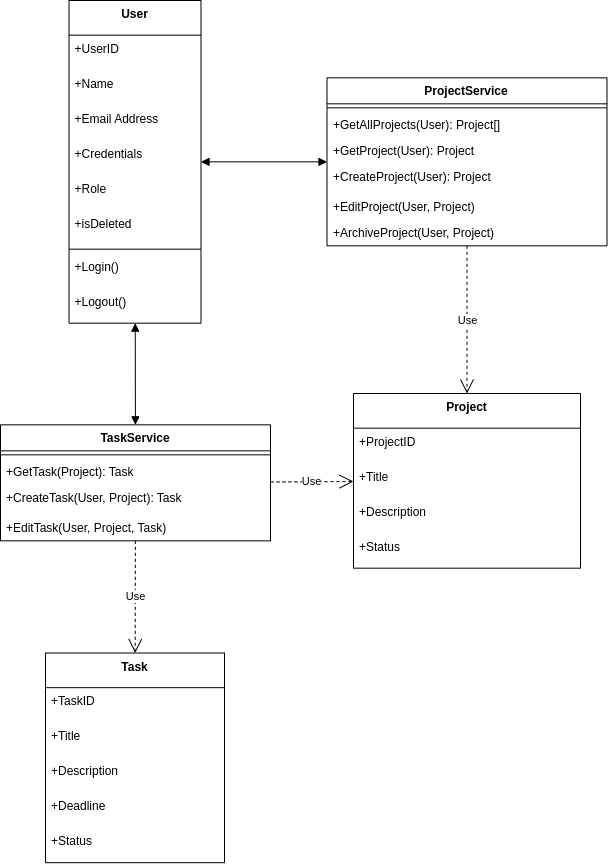
This is UML/Class Diagrams/images/ProjectService Class Diagram.drawio.png from Beginner50/Dissertation, a draw.io export, as it was before one commit. Source tidied: cells renumbered, new cells last; positions are measured from the earlier drawing's top-left corner, leaving out a move shared by most shapes.
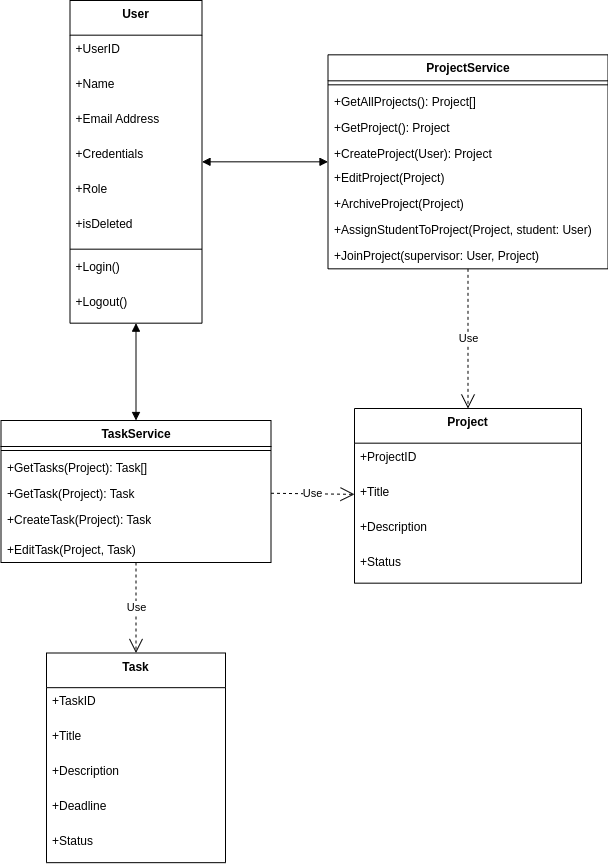
The same diagram one commit later.

The edit, as a diff of the source:
```diff
@@ -3,7 +3,7 @@
     <mxCell id="0" />
     <mxCell id="1" parent="0" />
     <mxCell id="2" value="Project" style="swimlane;fontStyle=1;align=center;verticalAlign=top;horizontal=1;startSize=34.666666666666664;" parent="1" vertex="1">
-      <mxGeometry x="353" y="393" width="227" height="174.7" as="geometry" />
+      <mxGeometry x="353" y="408" width="227" height="174.7" as="geometry" />
     </mxCell>
     <mxCell id="3" value="+ProjectID" style="text;strokeColor=none;fillColor=none;align=left;verticalAlign=top;spacingLeft=4;spacingRight=4;overflow=hidden;" parent="2" vertex="1">
       <mxGeometry y="34.7" width="227" height="35" as="geometry" />
@@ -18,26 +18,32 @@
       <mxGeometry y="139.7" width="227" height="35" as="geometry" />
     </mxCell>
     <mxCell id="7" value="ProjectService" style="swimlane;fontStyle=1;align=center;verticalAlign=top;horizontal=1;startSize=26;whiteSpace=wrap;html=1;" parent="1" vertex="1">
-      <mxGeometry x="326.5" y="77.3" width="280" height="168" as="geometry" />
+      <mxGeometry x="326.5" y="54.3" width="280" height="214" as="geometry" />
     </mxCell>
     <mxCell id="8" style="line;strokeWidth=1;fillColor=none;align=left;verticalAlign=middle;spacingTop=-1;spacingLeft=3;spacingRight=3;labelPosition=right;strokeColor=inherit;" parent="7" vertex="1">
       <mxGeometry y="26" width="280" height="8" as="geometry" />
     </mxCell>
-    <mxCell id="9" value="+GetAllProjects(User): Project[]" style="text;strokeColor=none;fillColor=none;align=left;verticalAlign=top;spacingLeft=4;spacingRight=4;overflow=hidden;whiteSpace=wrap;html=1;" parent="7" vertex="1">
+    <mxCell id="9" value="+GetAllProjects(): Project[]" style="text;strokeColor=none;fillColor=none;align=left;verticalAlign=top;spacingLeft=4;spacingRight=4;overflow=hidden;whiteSpace=wrap;html=1;" parent="7" vertex="1">
       <mxGeometry y="34" width="280" height="26" as="geometry" />
     </mxCell>
-    <mxCell id="10" value="+GetProject(User): Project" style="text;strokeColor=none;fillColor=none;align=left;verticalAlign=top;spacingLeft=4;spacingRight=4;overflow=hidden;whiteSpace=wrap;html=1;" parent="7" vertex="1">
+    <mxCell id="10" value="+GetProject(): Project" style="text;strokeColor=none;fillColor=none;align=left;verticalAlign=top;spacingLeft=4;spacingRight=4;overflow=hidden;whiteSpace=wrap;html=1;" parent="7" vertex="1">
       <mxGeometry y="60" width="280" height="26" as="geometry" />
     </mxCell>
     <mxCell id="11" value="+CreateProject(User): Project" style="text;strokeColor=none;fillColor=none;align=left;verticalAlign=top;spacingLeft=4;spacingRight=4;overflow=hidden;whiteSpace=wrap;html=1;" parent="7" vertex="1">
-      <mxGeometry y="86" width="280" height="30" as="geometry" />
+      <mxGeometry y="86" width="280" height="24" as="geometry" />
     </mxCell>
-    <mxCell id="12" value="+EditProject(User, Project)" style="text;strokeColor=none;fillColor=none;align=left;verticalAlign=top;spacingLeft=4;spacingRight=4;overflow=hidden;whiteSpace=wrap;html=1;" parent="7" vertex="1">
-      <mxGeometry y="116" width="280" height="26" as="geometry" />
+    <mxCell id="12" value="+EditProject(Project)" style="text;strokeColor=none;fillColor=none;align=left;verticalAlign=top;spacingLeft=4;spacingRight=4;overflow=hidden;whiteSpace=wrap;html=1;" parent="7" vertex="1">
+      <mxGeometry y="110" width="280" height="26" as="geometry" />
     </mxCell>
-    <mxCell id="13" value="+ArchiveProject(User, Project)" style="text;strokeColor=none;fillColor=none;align=left;verticalAlign=top;spacingLeft=4;spacingRight=4;overflow=hidden;whiteSpace=wrap;html=1;" parent="7" vertex="1">
-      <mxGeometry y="142" width="280" height="26" as="geometry" />
+    <mxCell id="13" value="+ArchiveProject(Project)" style="text;strokeColor=none;fillColor=none;align=left;verticalAlign=top;spacingLeft=4;spacingRight=4;overflow=hidden;whiteSpace=wrap;html=1;" parent="7" vertex="1">
+      <mxGeometry y="136" width="280" height="26" as="geometry" />
     </mxCell>
+    <mxCell id="40" value="+AssignStudentToProject(Project, student: User)" style="text;strokeColor=none;fillColor=none;align=left;verticalAlign=top;spacingLeft=4;spacingRight=4;overflow=hidden;whiteSpace=wrap;html=1;" parent="7" vertex="1">
+      <mxGeometry y="162" width="280" height="26" as="geometry" />
+    </mxCell>
+    <mxCell id="41" value="+JoinProject(supervisor: User, Project)" style="text;strokeColor=none;fillColor=none;align=left;verticalAlign=top;spacingLeft=4;spacingRight=4;overflow=hidden;whiteSpace=wrap;html=1;" parent="7" vertex="1">
+      <mxGeometry y="188" width="280" height="26" as="geometry" />
+    </mxCell>
     <mxCell id="14" value="Use" style="endArrow=open;endSize=12;dashed=1;html=1;rounded=0;labelBackgroundColor=default;strokeColor=default;fontFamily=Helvetica;fontSize=11;fontColor=default;shape=connector;" parent="1" edge="1" source="7" target="2">
       <mxGeometry relative="1" as="geometry" />
     </mxCell>
@@ -45,19 +51,22 @@
       <mxGeometry relative="1" as="geometry" />
     </mxCell>
     <mxCell id="16" value="TaskService" style="swimlane;fontStyle=1;align=center;verticalAlign=top;horizontal=1;startSize=26;whiteSpace=wrap;html=1;" parent="1" vertex="1">
-      <mxGeometry y="424.3" width="270" height="116" as="geometry" />
+      <mxGeometry x="-0.5" y="420" width="270" height="142" as="geometry" />
     </mxCell>
     <mxCell id="17" style="line;strokeWidth=1;fillColor=none;align=left;verticalAlign=middle;spacingTop=-1;spacingLeft=3;spacingRight=3;labelPosition=right;strokeColor=inherit;" parent="16" vertex="1">
       <mxGeometry y="26" width="270" height="8" as="geometry" />
     </mxCell>
+    <mxCell id="42" value="+GetTasks(Project): Task[]" style="text;strokeColor=none;fillColor=none;align=left;verticalAlign=top;spacingLeft=4;spacingRight=4;overflow=hidden;whiteSpace=wrap;html=1;" parent="16" vertex="1">
+      <mxGeometry y="34" width="270" height="26" as="geometry" />
+    </mxCell>
     <mxCell id="18" value="+GetTask(Project): Task" style="text;strokeColor=none;fillColor=none;align=left;verticalAlign=top;spacingLeft=4;spacingRight=4;overflow=hidden;whiteSpace=wrap;html=1;" parent="16" vertex="1">
-      <mxGeometry y="34" width="270" height="26" as="geometry" />
+      <mxGeometry y="60" width="270" height="26" as="geometry" />
     </mxCell>
-    <mxCell id="19" value="+CreateTask(User, Project): Task" style="text;strokeColor=none;fillColor=none;align=left;verticalAlign=top;spacingLeft=4;spacingRight=4;overflow=hidden;whiteSpace=wrap;html=1;" parent="16" vertex="1">
-      <mxGeometry y="60" width="270" height="30" as="geometry" />
+    <mxCell id="19" value="+CreateTask(Project): Task" style="text;strokeColor=none;fillColor=none;align=left;verticalAlign=top;spacingLeft=4;spacingRight=4;overflow=hidden;whiteSpace=wrap;html=1;" parent="16" vertex="1">
+      <mxGeometry y="86" width="270" height="30" as="geometry" />
     </mxCell>
-    <mxCell id="20" value="+EditTask(User, Project, Task)&amp;nbsp;" style="text;strokeColor=none;fillColor=none;align=left;verticalAlign=top;spacingLeft=4;spacingRight=4;overflow=hidden;whiteSpace=wrap;html=1;" parent="16" vertex="1">
-      <mxGeometry y="90" width="270" height="26" as="geometry" />
+    <mxCell id="20" value="+EditTask(Project, Task)&amp;nbsp;" style="text;strokeColor=none;fillColor=none;align=left;verticalAlign=top;spacingLeft=4;spacingRight=4;overflow=hidden;whiteSpace=wrap;html=1;" parent="16" vertex="1">
+      <mxGeometry y="116" width="270" height="26" as="geometry" />
     </mxCell>
     <mxCell id="21" value="Task" style="swimlane;fontStyle=1;align=center;verticalAlign=top;horizontal=1;startSize=34.666666666666664;" parent="1" vertex="1">
       <mxGeometry x="45" y="652.5" width="179" height="209.7" as="geometry" />
```
